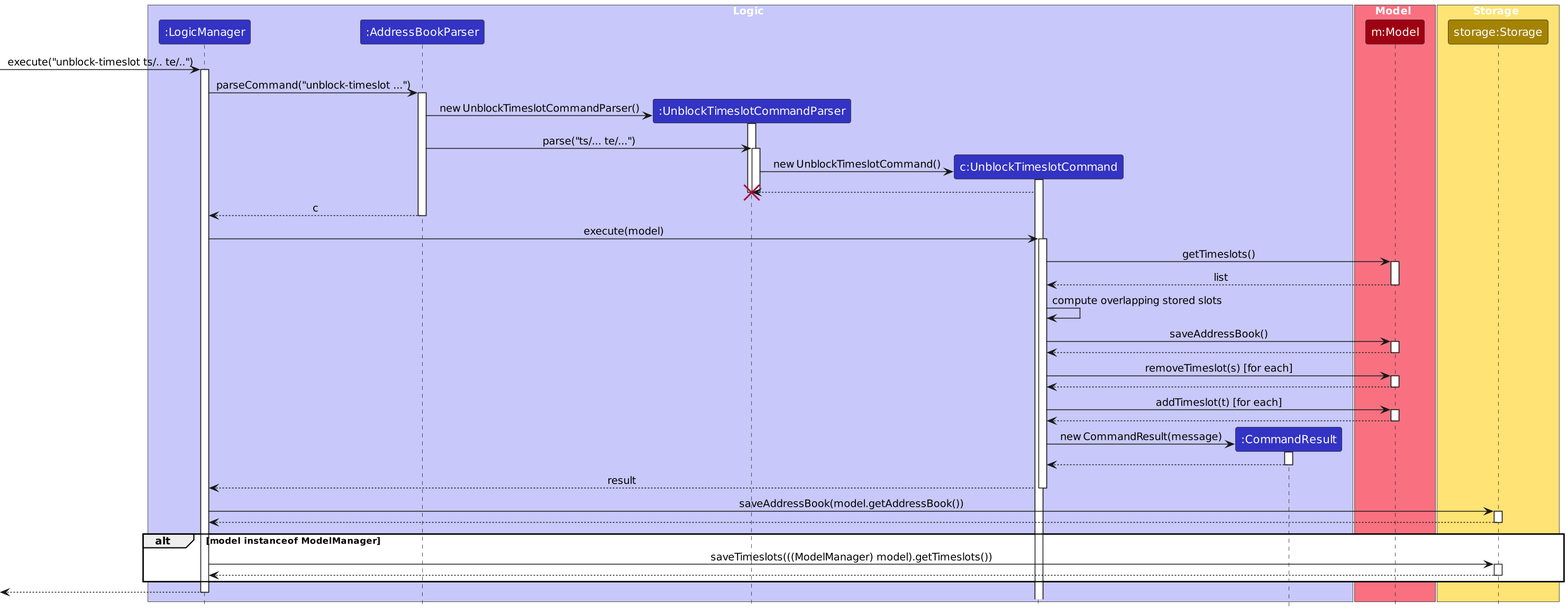
Before: diagrams/Timeslots/UnblockTimeslotSequenceDiagram.png, a diagram exported from PlantUML (PhoebeY05/tp). Its source is kept beside it as diagrams/Timeslots/UnblockTimeslotSequenceDiagram.puml.
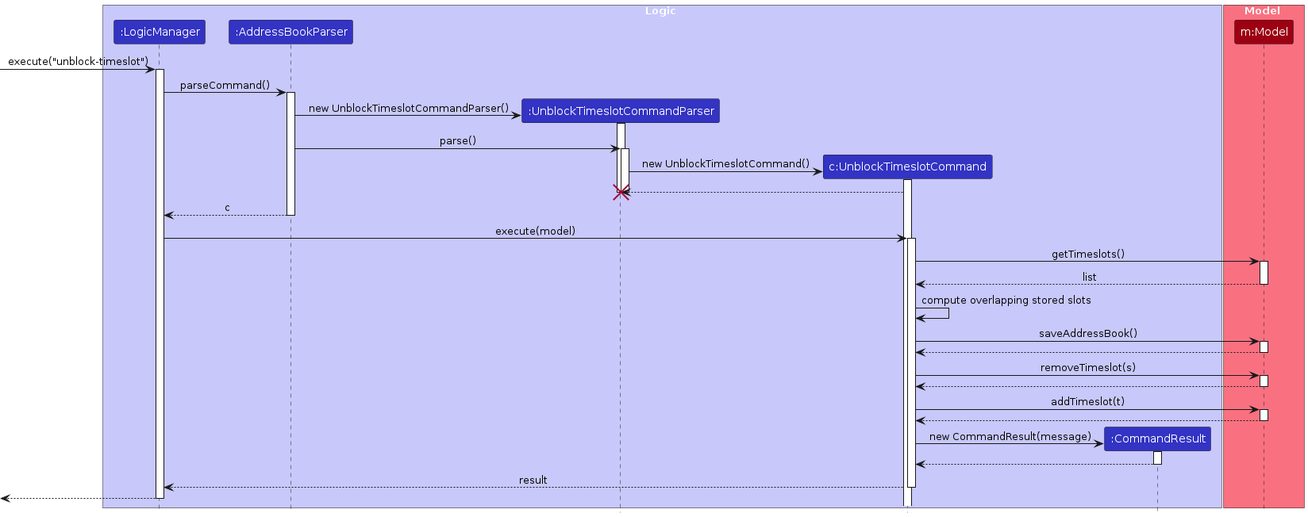
Above is the later version.

Change to the diagram source:
```diff
@@ -14,21 +14,17 @@
 participant "m:Model" as Model MODEL_COLOR
 end box
 
-box Storage STORAGE_COLOR_T1
-participant "storage:Storage" as Storage STORAGE_COLOR
-end box
-
-[-> LogicManager : execute("unblock-timeslot ts/.. te/..")
+[-> LogicManager : execute("unblock-timeslot")
 activate LogicManager
 
-LogicManager -> AddressBookParser : parseCommand("unblock-timeslot ...")
+LogicManager -> AddressBookParser : parseCommand()
 activate AddressBookParser
 
 create UnblockTimeslotCommandParser
 AddressBookParser -> UnblockTimeslotCommandParser : new UnblockTimeslotCommandParser()
 activate UnblockTimeslotCommandParser
 
-AddressBookParser -> UnblockTimeslotCommandParser : parse("ts/... te/...")
+AddressBookParser -> UnblockTimeslotCommandParser : parse()
 activate UnblockTimeslotCommandParser
 
 create UnblockTimeslotCommand
@@ -56,12 +52,12 @@
 Model --> UnblockTimeslotCommand
 deactivate Model
 
-UnblockTimeslotCommand -> Model : removeTimeslot(s) [for each]
+UnblockTimeslotCommand -> Model : removeTimeslot(s)
 activate Model
 Model --> UnblockTimeslotCommand
 deactivate Model
 
-UnblockTimeslotCommand -> Model : addTimeslot(t) [for each]
+UnblockTimeslotCommand -> Model : addTimeslot(t)
 activate Model
 Model --> UnblockTimeslotCommand
 deactivate Model
@@ -75,20 +71,8 @@
 UnblockTimeslotCommand --> LogicManager : result
 deactivate UnblockTimeslotCommand
 
-LogicManager -> Storage : saveAddressBook(model.getAddressBook())
-activate Storage
-Storage --> LogicManager
-deactivate Storage
-
-alt model instanceof ModelManager
-    LogicManager -> Storage : saveTimeslots(((ModelManager) model).getTimeslots())
-    activate Storage
-    Storage --> LogicManager
-    deactivate Storage
-end
 
 [<-- LogicManager
 deactivate LogicManager
 
-scale 1.5
 @enduml
```
